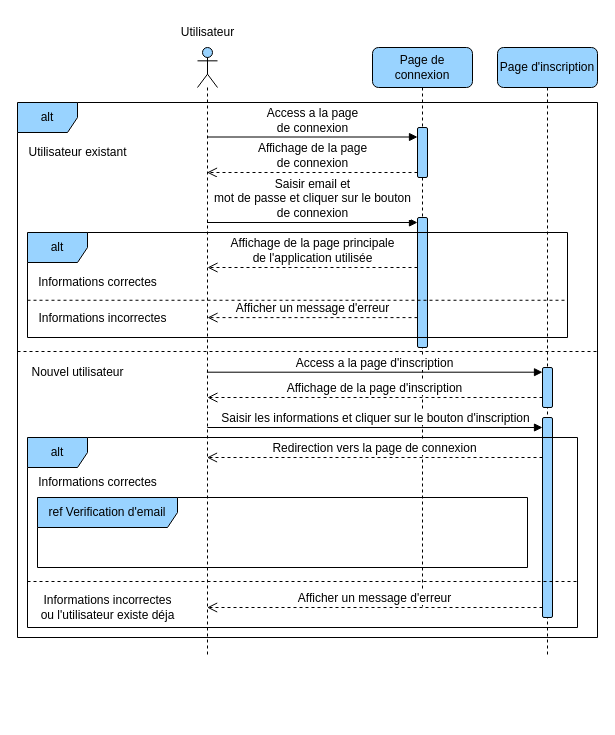
devlotfi/peage-pay keeps this draw.io diagram as page "auth-email" (1 of 6) of diagrams/sequence.drawio. Above is the earlier version. Source tidied: cells renumbered, new cells numbered last; positions are measured from the earlier drawing's top-left corner, leaving out a move shared by most shapes. Both pictures are drawn from the tidied source at 100%, with x=0, y=0 at pixel (17, 17).
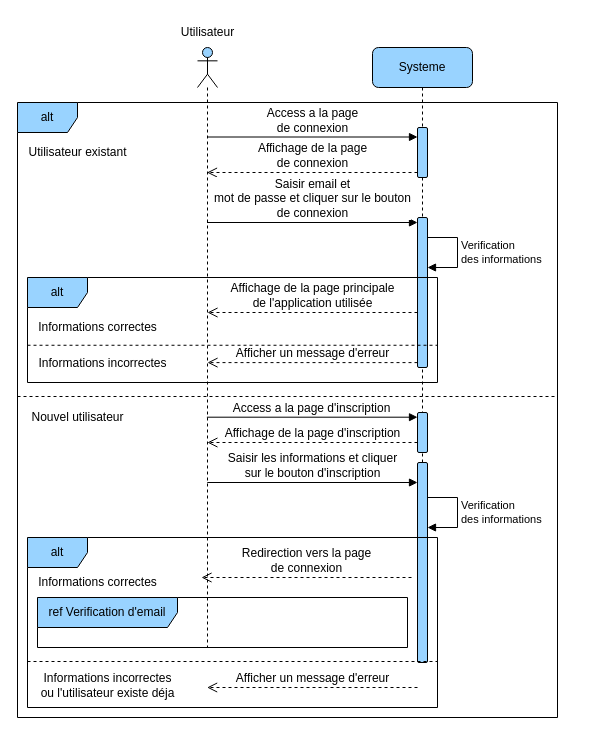
Above is the later version.

Change to the diagram source:
```diff
@@
     <mxCell id="2" style="shape=umlLifeline;perimeter=lifelinePerimeter;whiteSpace=wrap;html=1;outlineConnect=0;portConstraint=eastwest;newEdgeStyle={&quot;curved&quot;:0,&quot;rounded&quot;:0};participant=umlActor;rounded=1;strokeColor=default;align=center;verticalAlign=middle;fontFamily=Helvetica;fontSize=12;fontColor=default;fontStyle=0;fillColor=#99D3FF;" parent="1" vertex="1">
-      <mxGeometry x="180" y="30" width="20" height="610" as="geometry" />
+      <mxGeometry x="180" y="30" width="20" height="600" as="geometry" />
     </mxCell>
-    <mxCell id="3" value="Page de connexion" style="shape=umlLifeline;perimeter=lifelinePerimeter;whiteSpace=wrap;html=1;newEdgeStyle={&quot;curved&quot;:0,&quot;rounded&quot;:0};rounded=1;strokeColor=default;align=center;verticalAlign=middle;fontFamily=Helvetica;fontSize=12;fontColor=default;fontStyle=0;fillColor=#99D3FF;" parent="1" vertex="1">
-      <mxGeometry x="355" y="30" width="100" height="560" as="geometry" />
+    <mxCell id="3" value="Systeme" style="shape=umlLifeline;perimeter=lifelinePerimeter;whiteSpace=wrap;html=1;newEdgeStyle={&quot;curved&quot;:0,&quot;rounded&quot;:0};rounded=1;strokeColor=default;align=center;verticalAlign=middle;fontFamily=Helvetica;fontSize=12;fontColor=default;fontStyle=0;fillColor=#99D3FF;" parent="1" vertex="1">
+      <mxGeometry x="355" y="30" width="100" height="600" as="geometry" />
     </mxCell>
@@
     <mxCell id="5" style="html=1;points=[[0,0,0,0,5],[0,1,0,0,-5],[1,0,0,0,5],[1,1,0,0,-5]];perimeter=orthogonalPerimeter;outlineConnect=0;targetShapes=umlLifeline;portConstraint=eastwest;newEdgeStyle={&quot;curved&quot;:0,&quot;rounded&quot;:0};rounded=1;strokeColor=default;align=center;verticalAlign=middle;fontFamily=Helvetica;fontSize=12;fontColor=default;fontStyle=0;fillColor=#99D3FF;" parent="3" vertex="1">
-      <mxGeometry x="45" y="170" width="10" height="130" as="geometry" />
+      <mxGeometry x="45" y="170" width="10" height="150" as="geometry" />
     </mxCell>
-    <mxCell id="6" value="Page d'inscription" style="shape=umlLifeline;perimeter=lifelinePerimeter;whiteSpace=wrap;html=1;newEdgeStyle={&quot;curved&quot;:0,&quot;rounded&quot;:0};rounded=1;strokeColor=default;align=center;verticalAlign=middle;fontFamily=Helvetica;fontSize=12;fontColor=default;fontStyle=0;fillColor=#99D3FF;" parent="1" vertex="1">
-      <mxGeometry x="480" y="30" width="100" height="610" as="geometry" />
-    </mxCell>
-    <mxCell id="7" style="html=1;points=[[0,0,0,0,5],[0,1,0,0,-5],[1,0,0,0,5],[1,1,0,0,-5]];perimeter=orthogonalPerimeter;outlineConnect=0;targetShapes=umlLifeline;portConstraint=eastwest;newEdgeStyle={&quot;curved&quot;:0,&quot;rounded&quot;:0};rounded=1;strokeColor=default;align=center;verticalAlign=middle;fontFamily=Helvetica;fontSize=12;fontColor=default;fontStyle=0;fillColor=#99D3FF;" parent="6" vertex="1">
-      <mxGeometry x="45" y="320" width="10" height="40" as="geometry" />
+    <mxCell id="7" style="html=1;points=[[0,0,0,0,5],[0,1,0,0,-5],[1,0,0,0,5],[1,1,0,0,-5]];perimeter=orthogonalPerimeter;outlineConnect=0;targetShapes=umlLifeline;portConstraint=eastwest;newEdgeStyle={&quot;curved&quot;:0,&quot;rounded&quot;:0};rounded=1;strokeColor=default;align=center;verticalAlign=middle;fontFamily=Helvetica;fontSize=12;fontColor=default;fontStyle=0;fillColor=#99D3FF;" parent="3" vertex="1">
+      <mxGeometry x="45" y="365" width="10" height="40" as="geometry" />
     </mxCell>
-    <mxCell id="8" style="html=1;perimeter=orthogonalPerimeter;targetShapes=umlLifeline;newEdgeStyle={&quot;curved&quot;:0,&quot;rounded&quot;:0};rounded=1;strokeColor=default;align=center;verticalAlign=middle;fontFamily=Helvetica;fontSize=12;fontColor=default;fontStyle=0;fillColor=#99D3FF;" parent="6" vertex="1">
-      <mxGeometry x="45" y="370" width="10" height="200" as="geometry" />
+    <mxCell id="8" style="html=1;perimeter=orthogonalPerimeter;targetShapes=umlLifeline;newEdgeStyle={&quot;curved&quot;:0,&quot;rounded&quot;:0};rounded=1;strokeColor=default;align=center;verticalAlign=middle;fontFamily=Helvetica;fontSize=12;fontColor=default;fontStyle=0;fillColor=#99D3FF;" parent="3" vertex="1">
+      <mxGeometry x="45" y="415" width="10" height="200" as="geometry" />
     </mxCell>
     <mxCell id="9" value="alt" style="shape=umlFrame;whiteSpace=wrap;html=1;rounded=1;strokeColor=default;align=center;verticalAlign=middle;fontFamily=Helvetica;fontSize=12;fontColor=default;fontStyle=0;fillColor=#99D3FF;" parent="1" vertex="1">
-      <mxGeometry y="85" width="580" height="535" as="geometry" />
+      <mxGeometry y="85" width="540" height="615" as="geometry" />
     </mxCell>
@@
     <mxCell id="14" value="alt" style="shape=umlFrame;whiteSpace=wrap;html=1;rounded=1;strokeColor=default;align=center;verticalAlign=middle;fontFamily=Helvetica;fontSize=12;fontColor=default;fontStyle=0;fillColor=#99D3FF;" parent="1" vertex="1">
-      <mxGeometry x="10" y="215" width="540" height="105" as="geometry" />
+      <mxGeometry x="10" y="260" width="410" height="105" as="geometry" />
     </mxCell>
     <mxCell id="15" value="Informations correctes" style="text;html=1;align=center;verticalAlign=middle;strokeColor=none;fillColor=none;fontFamily=Helvetica;fontSize=12;fontColor=default;fontStyle=0;" parent="1" vertex="1">
-      <mxGeometry x="10" y="250" width="140" height="30" as="geometry" />
+      <mxGeometry x="10" y="295" width="140" height="30" as="geometry" />
     </mxCell>
     <mxCell id="16" value="Affichage de la page principale &lt;br&gt;de l'application utilisée" style="html=1;verticalAlign=bottom;endArrow=open;dashed=1;endSize=8;curved=0;rounded=0;fontFamily=Helvetica;fontSize=12;fontColor=default;fontStyle=0;" parent="1" edge="1">
       <mxGeometry relative="1" as="geometry">
-        <mxPoint x="400" y="250" as="sourcePoint" />
-        <mxPoint x="190" y="250" as="targetPoint" />
+        <mxPoint x="400" y="295" as="sourcePoint" />
+        <mxPoint x="190" y="295" as="targetPoint" />
       </mxGeometry>
     </mxCell>
     <mxCell id="17" value="Afficher un message d'erreur" style="html=1;verticalAlign=bottom;endArrow=open;dashed=1;endSize=8;curved=0;rounded=0;fontFamily=Helvetica;fontSize=12;fontColor=default;fontStyle=0;" parent="1" edge="1">
       <mxGeometry relative="1" as="geometry">
-        <mxPoint x="400" y="300.1" as="sourcePoint" />
-        <mxPoint x="190" y="300.1" as="targetPoint" />
+        <mxPoint x="400" y="345.1" as="sourcePoint" />
+        <mxPoint x="190" y="345.1" as="targetPoint" />
       </mxGeometry>
     </mxCell>
     <mxCell id="18" style="line;strokeWidth=1;fillColor=none;align=left;verticalAlign=middle;spacingTop=-1;spacingLeft=3;spacingRight=3;labelPosition=right;strokeColor=inherit;rounded=1;fontFamily=Helvetica;fontSize=12;fontColor=default;fontStyle=0;dashed=1;" parent="1" vertex="1">
-      <mxGeometry x="10" y="280" width="540" height="5.5" as="geometry" />
+      <mxGeometry x="10" y="325" width="410" height="5.5" as="geometry" />
     </mxCell>
     <mxCell id="19" value="Informations incorrectes" style="text;html=1;align=center;verticalAlign=middle;strokeColor=none;fillColor=none;fontFamily=Helvetica;fontSize=12;fontColor=default;fontStyle=0;" parent="1" vertex="1">
-      <mxGeometry x="10" y="285.5" width="150" height="30" as="geometry" />
+      <mxGeometry x="10" y="330.5" width="150" height="30" as="geometry" />
     </mxCell>
     <mxCell id="20" style="line;strokeWidth=1;fillColor=none;align=left;verticalAlign=middle;spacingTop=-1;spacingLeft=3;spacingRight=3;labelPosition=right;strokeColor=inherit;rounded=1;fontFamily=Helvetica;fontSize=12;fontColor=default;fontStyle=0;dashed=1;" parent="1" vertex="1">
-      <mxGeometry y="330" width="580" height="8" as="geometry" />
+      <mxGeometry y="375" width="540" height="8" as="geometry" />
     </mxCell>
     <mxCell id="21" value="Nouvel utilisateur" style="text;html=1;align=center;verticalAlign=middle;strokeColor=none;fillColor=none;fontFamily=Helvetica;fontSize=12;fontColor=default;fontStyle=0;" parent="1" vertex="1">
-      <mxGeometry y="340" width="120" height="30" as="geometry" />
+      <mxGeometry y="385" width="120" height="30" as="geometry" />
     </mxCell>
-    <mxCell id="22" value="Access a la page d'inscription" style="html=1;verticalAlign=bottom;endArrow=block;curved=0;rounded=0;entryX=0;entryY=0;entryDx=0;entryDy=5;fontFamily=Helvetica;fontSize=12;fontColor=default;fontStyle=0;" parent="1" edge="1">
+    <mxCell id="22" value="Access a la page d'inscription" style="html=1;verticalAlign=bottom;endArrow=block;curved=0;rounded=0;fontFamily=Helvetica;fontSize=12;fontColor=default;fontStyle=0;" parent="1" edge="1" target="7">
       <mxGeometry relative="1" as="geometry">
-        <mxPoint x="189.4" y="354.7" as="sourcePoint" />
-        <mxPoint x="525" y="354.7" as="targetPoint" />
+        <mxPoint x="189.4" y="399.7" as="sourcePoint" />
       </mxGeometry>
     </mxCell>
-    <mxCell id="23" value="Affichage de la page d'inscription" style="html=1;verticalAlign=bottom;endArrow=open;dashed=1;endSize=8;curved=0;rounded=0;exitX=0;exitY=1;exitDx=0;exitDy=-5;fontFamily=Helvetica;fontSize=12;fontColor=default;fontStyle=0;" parent="1" edge="1">
+    <mxCell id="23" value="Affichage de la page d'inscription" style="html=1;verticalAlign=bottom;endArrow=open;dashed=1;endSize=8;curved=0;rounded=0;fontFamily=Helvetica;fontSize=12;fontColor=default;fontStyle=0;" parent="1" edge="1" source="7">
       <mxGeometry relative="1" as="geometry">
-        <mxPoint x="525" y="380" as="sourcePoint" />
-        <mxPoint x="189.9" y="380" as="targetPoint" />
+        <mxPoint x="189.9" y="425" as="targetPoint" />
       </mxGeometry>
     </mxCell>
-    <mxCell id="24" value="Saisir les informations et cliquer sur le bouton d'inscription" style="html=1;verticalAlign=bottom;endArrow=block;curved=0;rounded=0;fontFamily=Helvetica;fontSize=12;fontColor=default;fontStyle=0;" parent="1" edge="1">
+    <mxCell id="24" value="Saisir les informations et cliquer&lt;div&gt;sur le bouton d'inscription&lt;/div&gt;" style="html=1;verticalAlign=bottom;endArrow=block;curved=0;rounded=0;fontFamily=Helvetica;fontSize=12;fontColor=default;fontStyle=0;" parent="1" edge="1">
       <mxGeometry relative="1" as="geometry">
-        <mxPoint x="189.8" y="410" as="sourcePoint" />
-        <mxPoint x="525" y="410" as="targetPoint" />
+        <mxPoint x="189.8" y="465" as="sourcePoint" />
+        <mxPoint x="400" y="465" as="targetPoint" />
       </mxGeometry>
     </mxCell>
-    <mxCell id="25" value="Redirection vers la page de connexion" style="html=1;verticalAlign=bottom;endArrow=open;dashed=1;endSize=8;curved=0;rounded=0;fontFamily=Helvetica;fontSize=12;fontColor=default;fontStyle=0;" parent="1" edge="1">
+    <mxCell id="25" value="Redirection vers la page&lt;div&gt;de connexion&lt;/div&gt;" style="html=1;verticalAlign=bottom;endArrow=open;dashed=1;endSize=8;curved=0;rounded=0;fontFamily=Helvetica;fontSize=12;fontColor=default;fontStyle=0;" parent="1" edge="1">
       <mxGeometry relative="1" as="geometry">
-        <mxPoint x="525" y="440" as="sourcePoint" />
-        <mxPoint x="189.5" y="440" as="targetPoint" />
+        <mxPoint x="394" y="560" as="sourcePoint" />
+        <mxPoint x="184" y="560" as="targetPoint" />
       </mxGeometry>
     </mxCell>
     <mxCell id="26" value="alt" style="shape=umlFrame;whiteSpace=wrap;html=1;rounded=1;strokeColor=default;align=center;verticalAlign=middle;fontFamily=Helvetica;fontSize=12;fontColor=default;fontStyle=0;fillColor=#99D3FF;" parent="1" vertex="1">
-      <mxGeometry x="10" y="420" width="550" height="190" as="geometry" />
+      <mxGeometry x="10" y="520" width="410" height="170" as="geometry" />
     </mxCell>
     <mxCell id="27" value="Informations correctes" style="text;html=1;align=center;verticalAlign=middle;strokeColor=none;fillColor=none;fontFamily=Helvetica;fontSize=12;fontColor=default;fontStyle=0;" parent="1" vertex="1">
-      <mxGeometry x="10" y="450" width="140" height="30" as="geometry" />
+      <mxGeometry x="10" y="550" width="140" height="30" as="geometry" />
     </mxCell>
     <mxCell id="28" style="line;strokeWidth=1;fillColor=none;align=left;verticalAlign=middle;spacingTop=-1;spacingLeft=3;spacingRight=3;labelPosition=right;strokeColor=inherit;rounded=1;fontFamily=Helvetica;fontSize=12;fontColor=default;fontStyle=0;dashed=1;" parent="1" vertex="1">
-      <mxGeometry x="10" y="560" width="550" height="8" as="geometry" />
+      <mxGeometry x="10" y="640" width="410" height="8" as="geometry" />
     </mxCell>
     <mxCell id="29" value="Informations incorrectes&lt;br&gt;ou l'utilisateur existe déja" style="text;html=1;align=center;verticalAlign=middle;strokeColor=none;fillColor=none;fontFamily=Helvetica;fontSize=12;fontColor=default;fontStyle=0;" parent="1" vertex="1">
-      <mxGeometry x="10" y="570" width="160" height="40" as="geometry" />
+      <mxGeometry x="10" y="648" width="160" height="40" as="geometry" />
     </mxCell>
     <mxCell id="30" value="Afficher un message d'erreur" style="html=1;verticalAlign=bottom;endArrow=open;dashed=1;endSize=8;curved=0;rounded=0;fontFamily=Helvetica;fontSize=12;fontColor=default;fontStyle=0;" parent="1" edge="1">
       <mxGeometry relative="1" as="geometry">
-        <mxPoint x="525" y="590" as="sourcePoint" />
-        <mxPoint x="189.6" y="590" as="targetPoint" />
+        <mxPoint x="400" y="670" as="sourcePoint" />
+        <mxPoint x="189.6" y="670" as="targetPoint" />
       </mxGeometry>
     </mxCell>
     <mxCell id="31" value="ref Verification d'email" style="shape=umlFrame;whiteSpace=wrap;html=1;rounded=1;strokeColor=default;align=center;verticalAlign=middle;fontFamily=Helvetica;fontSize=12;fontColor=default;fontStyle=0;fillColor=#99D3FF;width=140;height=30;" parent="1" vertex="1">
-      <mxGeometry x="20" y="480" width="490" height="70" as="geometry" />
+      <mxGeometry x="20" y="580" width="370" height="50" as="geometry" />
     </mxCell>
@@
+    <mxCell id="33" value="Verification&lt;div&gt;des informations&lt;/div&gt;" style="html=1;align=left;spacingLeft=2;endArrow=block;rounded=0;edgeStyle=orthogonalEdgeStyle;curved=0;rounded=0;" parent="1" edge="1" target="5">
+      <mxGeometry relative="1" as="geometry">
+        <mxPoint x="410" y="220" as="sourcePoint" />
+        <Array as="points">
+          <mxPoint x="440" y="220" />
+          <mxPoint x="440" y="250" />
+        </Array>
+      </mxGeometry>
+    </mxCell>
+    <mxCell id="34" value="Verification&lt;div&gt;des informations&lt;/div&gt;" style="html=1;align=left;spacingLeft=2;endArrow=block;rounded=0;edgeStyle=orthogonalEdgeStyle;curved=0;rounded=0;" parent="1" edge="1">
+      <mxGeometry relative="1" as="geometry">
+        <mxPoint x="410" y="480" as="sourcePoint" />
+        <mxPoint x="410" y="510" as="targetPoint" />
+        <Array as="points">
+          <mxPoint x="440" y="480" />
+          <mxPoint x="440" y="510" />
+        </Array>
+      </mxGeometry>
+    </mxCell>
```
